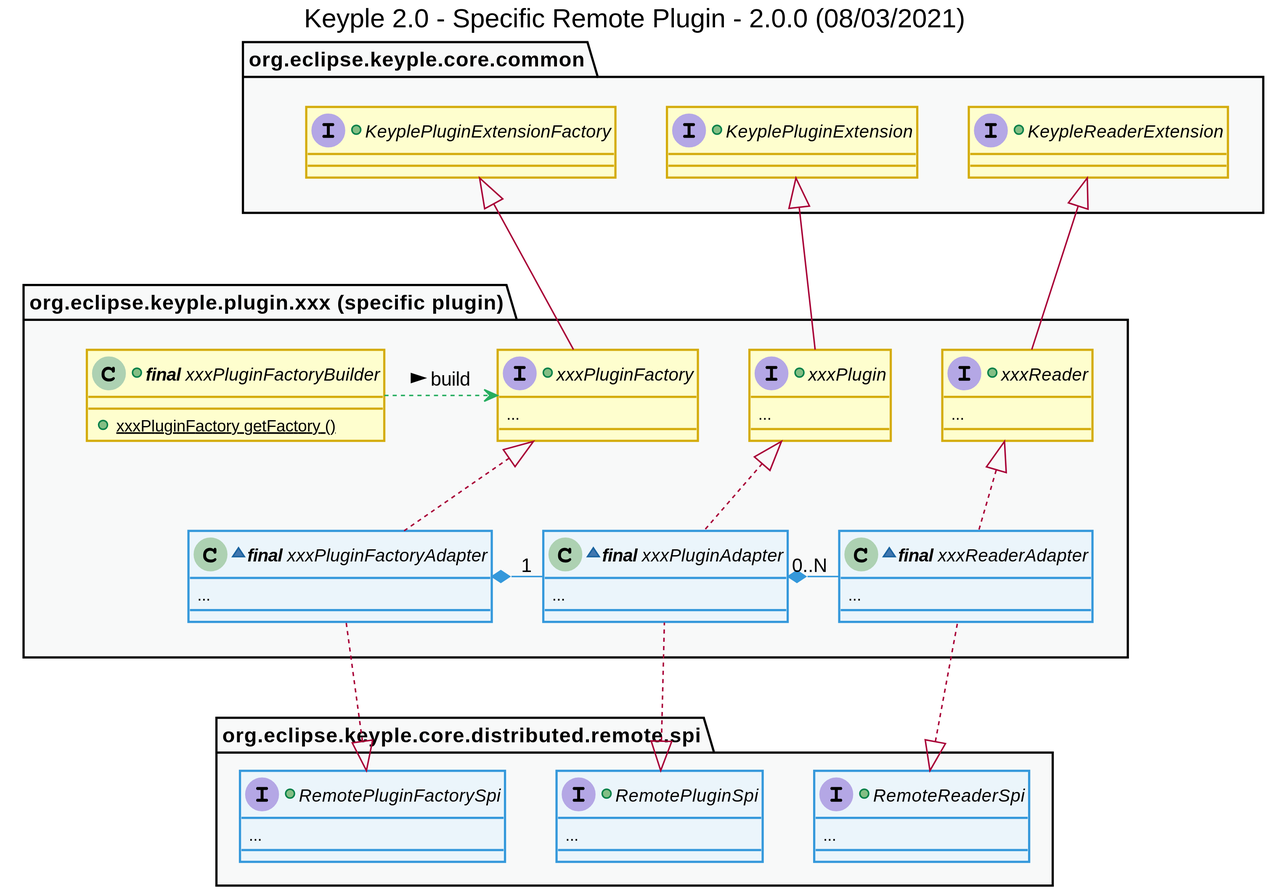
Earlier version of the PlantUML export uml/class/developer-guides/keyple_2_0_class_specific_remote_plugin.svg (calypsonet/keyple_2_0).
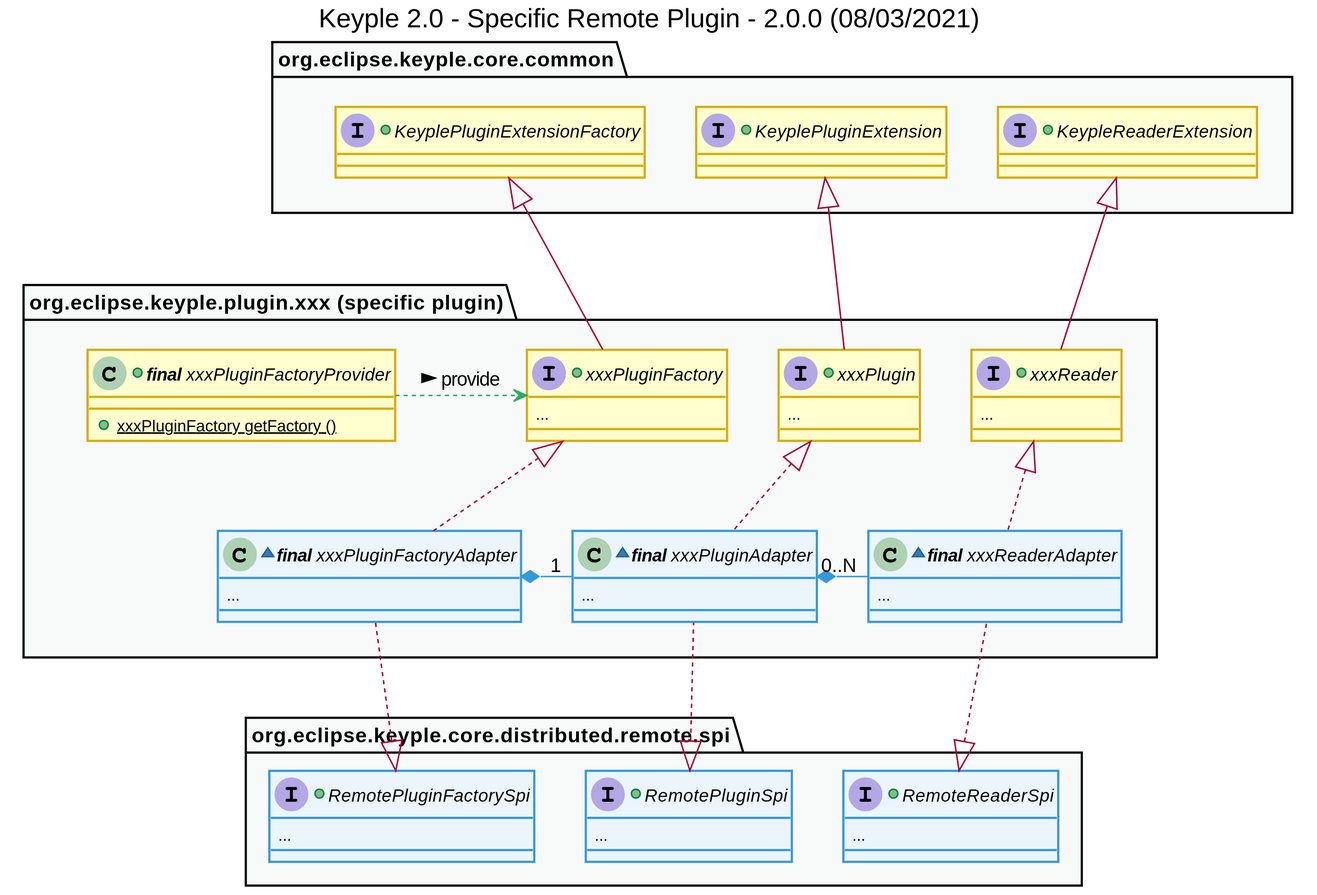
The same file after the commit.

Diff of the diagram source:
```diff
@@ -59,7 +59,7 @@
 }
 
 package "org.eclipse.keyple.plugin.xxx (specific plugin)" as specificPluginApi {
-    +class "**final** xxxPluginFactoryBuilder" as xxxPluginFactoryBuilder {
+    +class "**final** xxxPluginFactoryProvider" as xxxPluginFactoryProvider {
         +{static} xxxPluginFactory getFactory ()
     }
     +interface xxxPluginFactory extends KeyplePluginExtensionFactory {
@@ -83,7 +83,7 @@
 }
 
 
-xxxPluginFactoryBuilder .> xxxPluginFactory #C_USE : build >
+xxxPluginFactoryProvider .> xxxPluginFactory #C_USE : provide >
 xxxPluginFactoryAdapter *- "1" xxxPluginAdapter #C_LINK
 xxxPluginAdapter *- "0..N" xxxReaderAdapter #C_LINK
 
```
